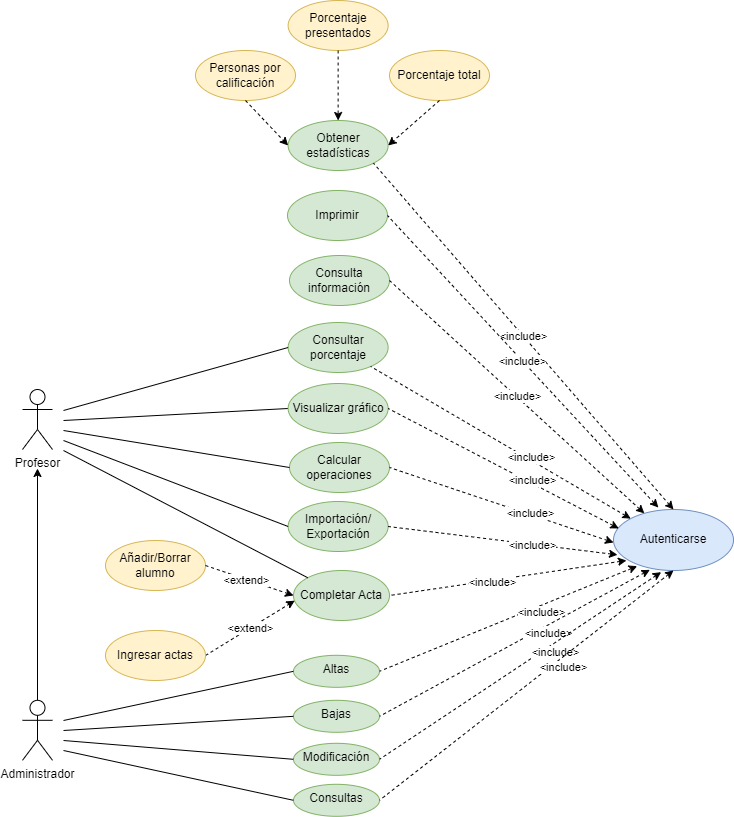
Before: Tareas/casosUso/Tarea6-Gestión Profesores/img/GestionProfesores.drawio.png, a diagram exported from draw.io (colidom/ets). Source tidied: cells renumbered, new cells last; positions are measured from the earlier drawing's top-left corner, leaving out a move shared by most shapes.
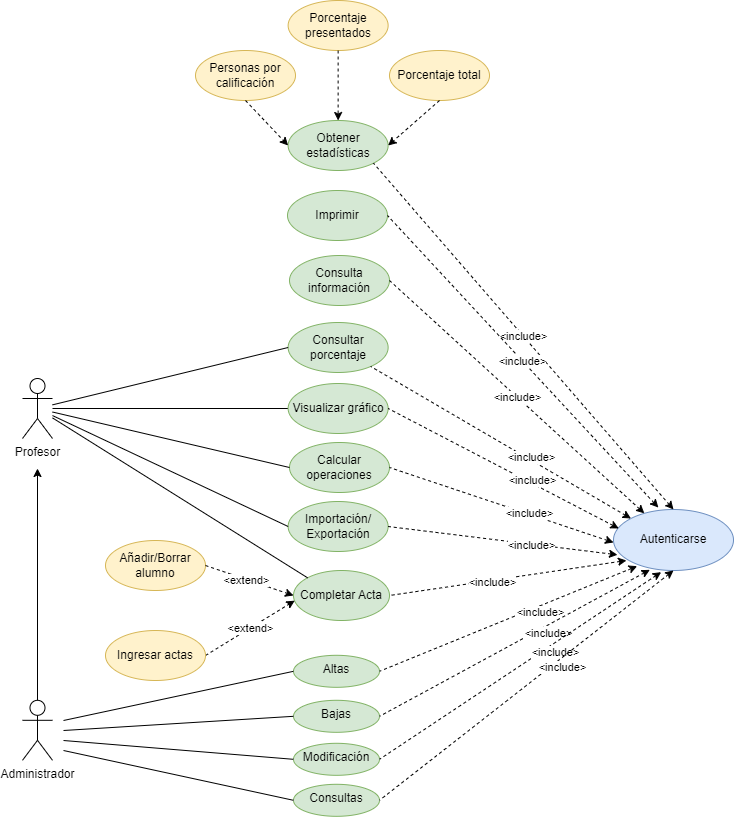
After the commit.

Diff of the diagram source:
```diff
@@ -2,13 +2,11 @@
   <root>
     <mxCell id="0" />
     <mxCell id="1" parent="0" />
-    <mxCell id="2" style="edgeStyle=none;rounded=0;jettySize=auto;html=1;startArrow=none;startFill=0;endArrow=none;endFill=0;entryX=0;entryY=0.5;entryDx=0;entryDy=0;" parent="1" edge="1" target="17">
-      <mxGeometry relative="1" as="geometry">
-        <mxPoint x="41" y="420" as="sourcePoint" />
-      </mxGeometry>
+    <mxCell id="2" style="edgeStyle=none;rounded=0;jettySize=auto;html=1;startArrow=none;startFill=0;endArrow=none;endFill=0;entryX=0;entryY=0.5;entryDx=0;entryDy=0;" parent="1" edge="1" source="3" target="17">
+      <mxGeometry relative="1" as="geometry" />
     </mxCell>
     <mxCell id="3" value="Profesor" style="shape=umlActor;verticalLabelPosition=bottom;verticalAlign=top;html=1;outlineConnect=0;" parent="1" vertex="1">
-      <mxGeometry y="389" width="30" height="60" as="geometry" />
+      <mxGeometry y="378" width="30" height="60" as="geometry" />
     </mxCell>
     <mxCell id="4" style="edgeStyle=orthogonalEdgeStyle;rounded=0;jettySize=auto;html=1;" parent="1" edge="1" source="5">
       <mxGeometry relative="1" as="geometry">
@@ -185,25 +183,17 @@
         <mxPoint x="41" y="720" as="sourcePoint" />
       </mxGeometry>
     </mxCell>
-    <mxCell id="53" style="edgeStyle=none;rounded=0;jettySize=auto;html=1;startArrow=none;startFill=0;endArrow=none;endFill=0;entryX=0;entryY=0.5;entryDx=0;entryDy=0;" parent="1" edge="1" target="18">
-      <mxGeometry relative="1" as="geometry">
-        <mxPoint x="41" y="430" as="sourcePoint" />
-      </mxGeometry>
+    <mxCell id="53" style="edgeStyle=none;rounded=0;jettySize=auto;html=1;startArrow=none;startFill=0;endArrow=none;endFill=0;entryX=0;entryY=0.5;entryDx=0;entryDy=0;" parent="1" edge="1" source="3" target="18">
+      <mxGeometry relative="1" as="geometry" />
     </mxCell>
-    <mxCell id="54" style="edgeStyle=none;rounded=0;jettySize=auto;html=1;startArrow=none;startFill=0;endArrow=none;endFill=0;entryX=0;entryY=0.5;entryDx=0;entryDy=0;" parent="1" edge="1" target="19">
-      <mxGeometry relative="1" as="geometry">
-        <mxPoint x="41" y="440" as="sourcePoint" />
-      </mxGeometry>
+    <mxCell id="54" style="edgeStyle=none;rounded=0;jettySize=auto;html=1;startArrow=none;startFill=0;endArrow=none;endFill=0;entryX=0;entryY=0.5;entryDx=0;entryDy=0;" parent="1" edge="1" source="3" target="19">
+      <mxGeometry relative="1" as="geometry" />
     </mxCell>
-    <mxCell id="55" style="edgeStyle=none;rounded=0;jettySize=auto;html=1;startArrow=none;startFill=0;endArrow=none;endFill=0;entryX=0;entryY=0;entryDx=0;entryDy=0;" parent="1" edge="1" target="6">
-      <mxGeometry relative="1" as="geometry">
-        <mxPoint x="41" y="450" as="sourcePoint" />
-      </mxGeometry>
+    <mxCell id="55" style="edgeStyle=none;rounded=0;jettySize=auto;html=1;startArrow=none;startFill=0;endArrow=none;endFill=0;entryX=0;entryY=0;entryDx=0;entryDy=0;" parent="1" edge="1" source="3" target="6">
+      <mxGeometry relative="1" as="geometry" />
     </mxCell>
-    <mxCell id="56" style="edgeStyle=none;rounded=0;jettySize=auto;html=1;startArrow=none;startFill=0;endArrow=none;endFill=0;entryX=0;entryY=0.5;entryDx=0;entryDy=0;" parent="1" edge="1" target="16">
-      <mxGeometry relative="1" as="geometry">
-        <mxPoint x="41" y="410" as="sourcePoint" />
-      </mxGeometry>
+    <mxCell id="56" style="edgeStyle=none;rounded=0;jettySize=auto;html=1;startArrow=none;startFill=0;endArrow=none;endFill=0;entryX=0;entryY=0.5;entryDx=0;entryDy=0;" parent="1" edge="1" source="3" target="16">
+      <mxGeometry relative="1" as="geometry" />
     </mxCell>
     <mxCell id="57" value="Imprimir" style="ellipse;whiteSpace=wrap;html=1;fillColor=#d5e8d4;strokeColor=#82b366;" parent="1" vertex="1">
       <mxGeometry x="265" y="190" width="100" height="50" as="geometry" />
```
